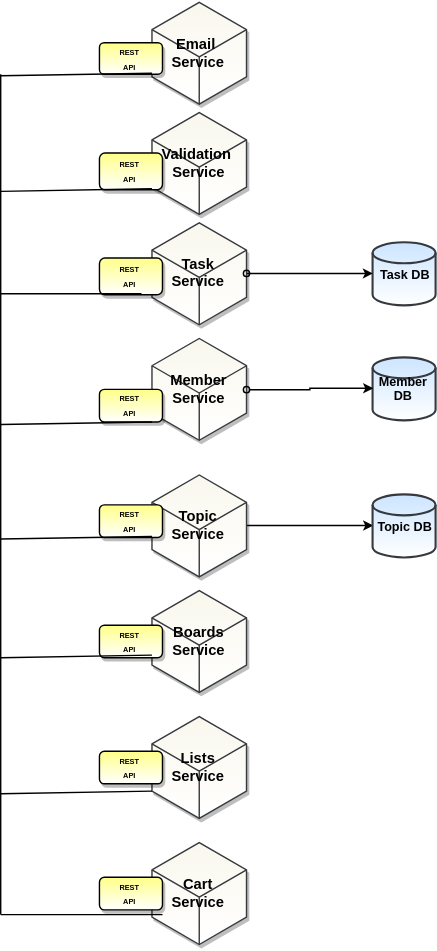
The draw.io diagram Task Management Microservice Architecture.svg in Frong-nt/Task-Management-Services, before a commit. Source tidied: cells renumbered, new cells last; positions are measured from the earlier drawing's top-left corner, leaving out a move shared by most shapes.
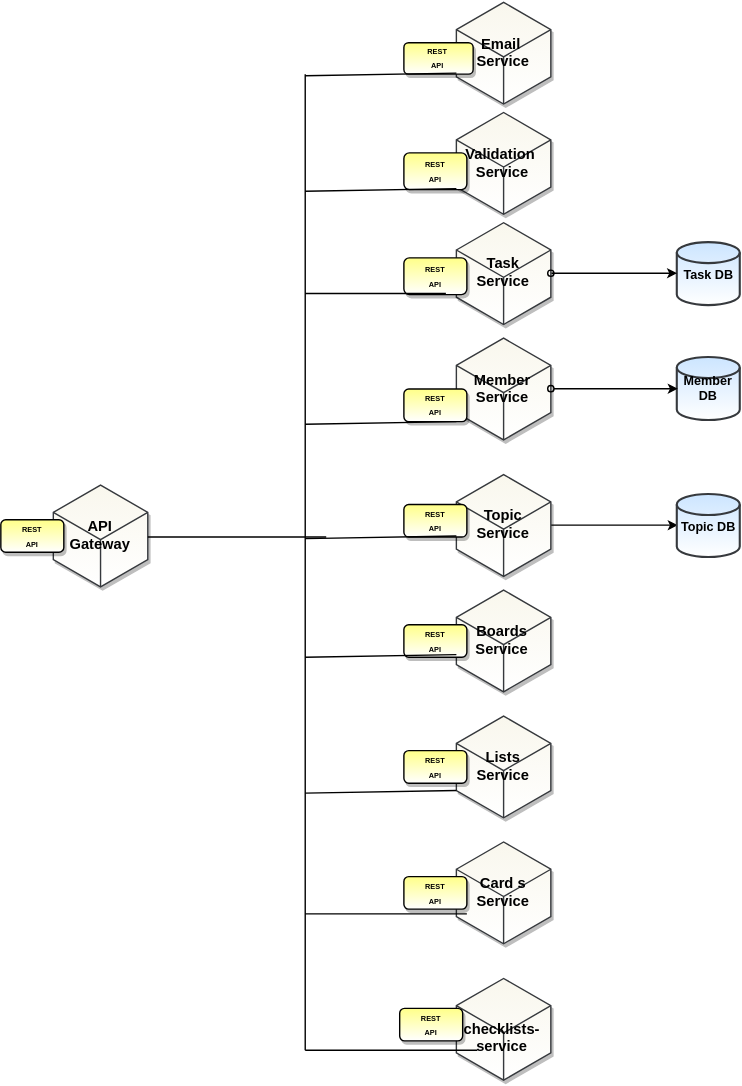
Above is the later version.

What changed in the source:
```diff
@@ -31,7 +31,7 @@
       <mxGeometry relative="1" as="geometry" />
     </mxCell>
     <mxCell id="10" value="&lt;b&gt;&lt;font style=&quot;font-size: 7px&quot;&gt;REST &lt;br&gt;API&lt;/font&gt;&lt;/b&gt;" style="rounded=1;whiteSpace=wrap;html=1;shadow=1;strokeColor=#000000;fillColor=#ffff88;gradientColor=#ffffff;glass=0;comic=0;" parent="1" vertex="1">
-      <mxGeometry x="94" y="40" width="60" height="30" as="geometry" />
+      <mxGeometry x="94" y="40" width="66" height="30" as="geometry" />
     </mxCell>
     <mxCell id="11" value="&lt;font style=&quot;font-size: 7px&quot;&gt;&lt;b&gt;REST &lt;br&gt;API&lt;/b&gt;&lt;/font&gt;" style="rounded=1;whiteSpace=wrap;html=1;shadow=1;strokeColor=#000000;fillColor=#ffff88;gradientColor=#ffffff;glass=0;comic=0;" parent="1" vertex="1">
       <mxGeometry x="94" y="145" width="60" height="35" as="geometry" />
@@ -68,7 +68,7 @@
     </mxCell>
     <mxCell id="22" style="endArrow=none;html=1;" parent="1" edge="1">
       <mxGeometry relative="1" as="geometry">
-        <mxPoint y="870" as="sourcePoint" />
+        <mxPoint y="1000" as="sourcePoint" />
         <mxPoint y="70" as="targetPoint" />
       </mxGeometry>
     </mxCell>
@@ -113,7 +113,7 @@
         <mxPoint x="144" y="69" as="targetPoint" />
       </mxGeometry>
     </mxCell>
-    <mxCell id="30" value="&lt;span style=&quot;font-size: 14px&quot;&gt;&lt;b&gt;Cart &lt;br&gt;Service&lt;/b&gt;&lt;/span&gt;" style="html=1;whiteSpace=wrap;shape=isoCube;backgroundOutline=1;fillColor=#f9f7ed;strokeColor=#36393d;shadow=1;gradientColor=#ffffff;" parent="1" vertex="1">
+    <mxCell id="30" value="&lt;span style=&quot;font-size: 14px&quot;&gt;&lt;b&gt;Card s&lt;br&gt;Service&lt;/b&gt;&lt;/span&gt;" style="html=1;whiteSpace=wrap;shape=isoCube;backgroundOutline=1;fillColor=#f9f7ed;strokeColor=#36393d;shadow=1;gradientColor=#ffffff;" parent="1" vertex="1">
       <mxGeometry x="144" y="800" width="90" height="100" as="geometry" />
     </mxCell>
     <mxCell id="31" style="endArrow=none;html=1;entryX=0;entryY=0;entryDx=0;entryDy=72.5;entryPerimeter=0;" parent="1" edge="1">
@@ -125,5 +125,29 @@
     <mxCell id="32" value="&lt;b&gt;&lt;font style=&quot;font-size: 7px&quot;&gt;REST &lt;br&gt;API&lt;/font&gt;&lt;/b&gt;" style="rounded=1;whiteSpace=wrap;html=1;shadow=1;strokeColor=#000000;fillColor=#ffff88;gradientColor=#ffffff;glass=0;comic=0;" parent="1" vertex="1">
       <mxGeometry x="94" y="834.5" width="60" height="31" as="geometry" />
     </mxCell>
+    <mxCell id="33" value="&lt;span style=&quot;font-size: 14px&quot;&gt;&lt;b&gt;&amp;nbsp; &amp;nbsp; checklists-service&lt;/b&gt;&lt;/span&gt;" style="html=1;whiteSpace=wrap;shape=isoCube;backgroundOutline=1;fillColor=#f9f7ed;strokeColor=#36393d;shadow=1;gradientColor=#ffffff;" parent="1" vertex="1">
+      <mxGeometry x="144" y="930" width="90" height="100" as="geometry" />
+    </mxCell>
+    <mxCell id="34" value="&lt;b&gt;&lt;font style=&quot;font-size: 7px&quot;&gt;REST &lt;br&gt;API&lt;/font&gt;&lt;/b&gt;" style="rounded=1;whiteSpace=wrap;html=1;shadow=1;strokeColor=#000000;fillColor=#ffff88;gradientColor=#ffffff;glass=0;comic=0;" parent="1" vertex="1">
+      <mxGeometry x="90" y="960" width="60" height="31" as="geometry" />
+    </mxCell>
+    <mxCell id="35" style="endArrow=none;html=1;entryX=0;entryY=0;entryDx=0;entryDy=72.5;entryPerimeter=0;" parent="1" edge="1">
+      <mxGeometry relative="1" as="geometry">
+        <mxPoint y="1000" as="sourcePoint" />
+        <mxPoint x="164" y="1000" as="targetPoint" />
+      </mxGeometry>
+    </mxCell>
+    <mxCell id="36" value="&lt;span style=&quot;font-size: 14px&quot;&gt;&lt;b&gt;API &lt;br&gt;Gateway&lt;/b&gt;&lt;/span&gt;" style="html=1;whiteSpace=wrap;shape=isoCube;backgroundOutline=1;fillColor=#f9f7ed;strokeColor=#36393d;shadow=1;gradientColor=#ffffff;" parent="1" vertex="1">
+      <mxGeometry x="-240" y="460" width="90" height="100" as="geometry" />
+    </mxCell>
+    <mxCell id="37" style="endArrow=none;html=1;" parent="1" edge="1">
+      <mxGeometry relative="1" as="geometry">
+        <mxPoint x="-150" y="511" as="sourcePoint" />
+        <mxPoint x="20" y="511" as="targetPoint" />
+      </mxGeometry>
+    </mxCell>
+    <mxCell id="38" value="&lt;b&gt;&lt;font style=&quot;font-size: 7px&quot;&gt;REST &lt;br&gt;API&lt;/font&gt;&lt;/b&gt;" style="rounded=1;whiteSpace=wrap;html=1;shadow=1;strokeColor=#000000;fillColor=#ffff88;gradientColor=#ffffff;glass=0;comic=0;" parent="1" vertex="1">
+      <mxGeometry x="-290" y="494.5" width="60" height="31" as="geometry" />
+    </mxCell>
   </root>
 </mxGraphModel>
```
